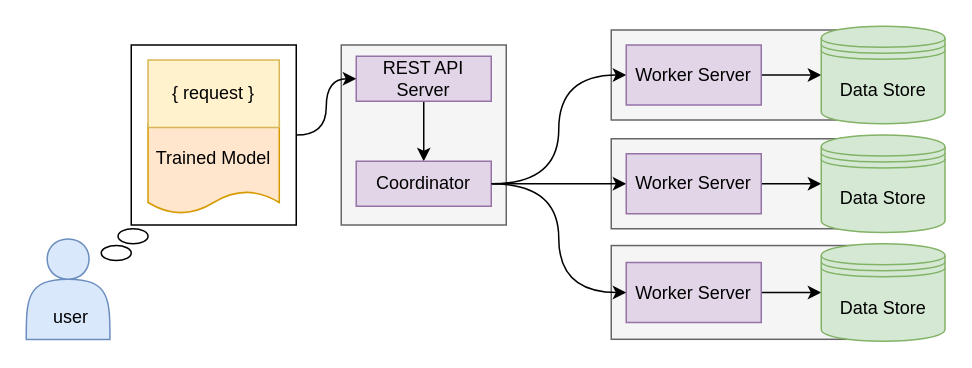
Above: PaperArchitecture.drawio in Project-Sustain/validation-service (draw.io), before the change. Source tidied: cells renumbered, new cells numbered last; positions are measured from the earlier drawing's top-left corner, leaving out a move shared by most shapes. Both pictures are drawn from the tidied source at 150%, with x=0, y=0 at pixel (26, 26).
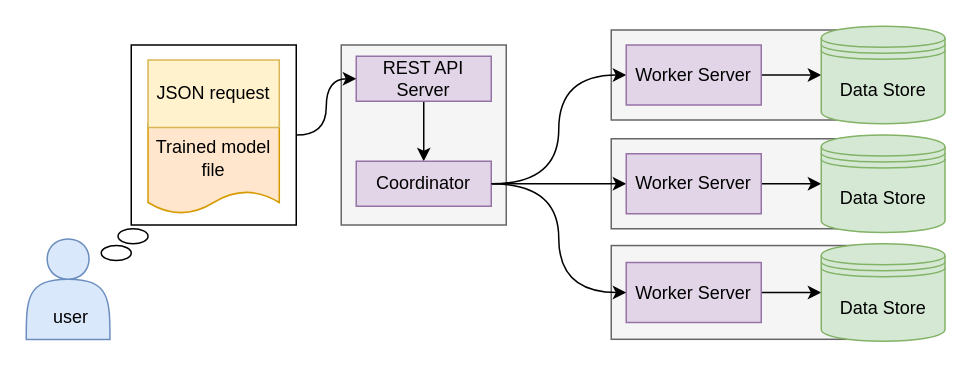
The same page after the edit.

Change to the diagram source:
```diff
@@
-    <mxCell id="15" value="Trained Model" style="shape=document;whiteSpace=wrap;html=1;boundedLbl=1;size=0.25;fillColor=#ffe6cc;strokeColor=#d79b00;" parent="1" vertex="1">
+    <mxCell id="15" value="Trained model&lt;br&gt;file" style="shape=document;whiteSpace=wrap;html=1;boundedLbl=1;size=0.25;fillColor=#ffe6cc;strokeColor=#d79b00;" parent="1" vertex="1">
       <mxGeometry x="81.2" y="65" width="87.5" height="60" as="geometry" />
     </mxCell>
-    <mxCell id="16" value="{ request }" style="rounded=0;whiteSpace=wrap;html=1;fillColor=#fff2cc;strokeColor=#d6b656;" parent="1" vertex="1">
+    <mxCell id="16" value="JSON request" style="rounded=0;whiteSpace=wrap;html=1;fillColor=#fff2cc;strokeColor=#d6b656;" parent="1" vertex="1">
       <mxGeometry x="81.2" y="22.5" width="87.5" height="45" as="geometry" />
     </mxCell>
```
